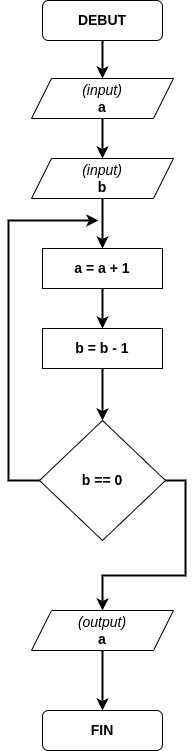
This is 1M/algo/tests/graphs/graph2.drawio.png from vkeller/modulo-gybe, a draw.io export, as it was before one commit. Source tidied: cells renumbered, new cells last; positions are measured from the earlier drawing's top-left corner, leaving out a move shared by most shapes.
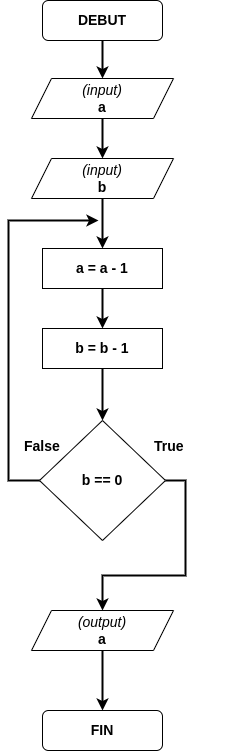
The same file after the commit.

What changed in the source:
```diff
@@ -26,7 +26,7 @@
     <mxCell id="9" style="edgeStyle=orthogonalEdgeStyle;rounded=0;jettySize=auto;html=1;exitX=0.5;exitY=1;exitDx=0;exitDy=0;entryX=0.5;entryY=0;entryDx=0;entryDy=0;strokeWidth=2;fontSize=14;" parent="1" edge="1" source="10" target="12">
       <mxGeometry relative="1" as="geometry" />
     </mxCell>
-    <mxCell id="10" value="&lt;b&gt;a = a + 1&lt;/b&gt;" style="rounded=0;whiteSpace=wrap;html=1;fontSize=14;" parent="1" vertex="1">
+    <mxCell id="10" value="&lt;b&gt;a = a - 1&lt;/b&gt;" style="rounded=0;whiteSpace=wrap;html=1;fontSize=14;" parent="1" vertex="1">
       <mxGeometry x="34" y="248" width="120" height="40" as="geometry" />
     </mxCell>
     <mxCell id="11" style="edgeStyle=orthogonalEdgeStyle;rounded=0;jettySize=auto;html=1;exitX=0.5;exitY=1;exitDx=0;exitDy=0;entryX=0.5;entryY=0;entryDx=0;entryDy=0;strokeWidth=2;fontSize=14;" parent="1" edge="1" source="12" target="14">
@@ -56,5 +56,11 @@
         </Array>
       </mxGeometry>
     </mxCell>
+    <mxCell id="18" value="True" style="text;strokeColor=none;fillColor=none;align=left;verticalAlign=middle;spacingLeft=4;spacingRight=4;overflow=hidden;fontStyle=1;fontSize=14;" parent="1" vertex="1">
+      <mxGeometry x="140" y="430" width="80" height="30" as="geometry" />
+    </mxCell>
+    <mxCell id="19" value="False" style="text;strokeColor=none;fillColor=none;align=left;verticalAlign=middle;spacingLeft=4;spacingRight=4;overflow=hidden;fontStyle=1;fontSize=14;" parent="1" vertex="1">
+      <mxGeometry x="10" y="430" width="80" height="30" as="geometry" />
+    </mxCell>
   </root>
 </mxGraphModel>
```
